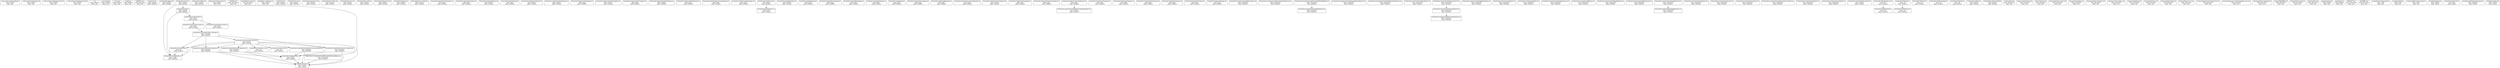
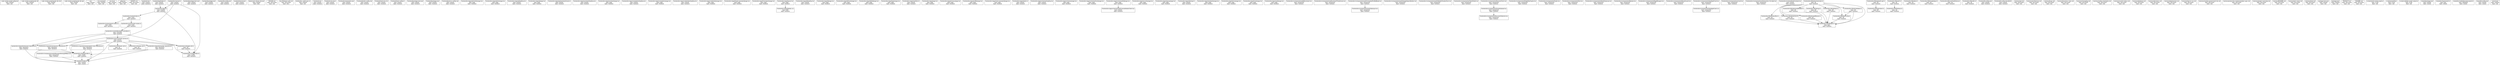
digraph CodebaseGraph {
  node [shape=box, fontname="Helvetica"];
  ".code-review-graph/.gitignore" [label=".code-review-graph/.gitignore\ntype: module\nlayer: root"];
  ".code-review-graph/graph.db" [label=".code-review-graph/graph.db\ntype: module\nlayer: root"];
  ".code-review-graph/graph.db-shm" [label=".code-review-graph/graph.db-shm\ntype: module\nlayer: root"];
  ".code-review-graph/graph.db-wal" [label=".code-review-graph/graph.db-wal\ntype: module\nlayer: root"];
  ".env" [label=".env\ntype: module\nlayer: root"];
  ".env.example" [label=".env.example\ntype: module\nlayer: root"];
  ".env.local" [label=".env.local\ntype: module\nlayer: root"];
  ".gitignore" [label=".gitignore\ntype: module\nlayer: root"];
  "AGENTS.md" [label="AGENTS.md\ntype: document\nlayer: root"];
  "backend/.env" [label="backend/.env\ntype: module\nlayer: backend"];
+   "backend/api/index.ts" [label="backend/api/index.ts\ntype: module\nlayer: backend"];
+   "backend/package-lock.json" [label="backend/package-lock.json\ntype: module\nlayer: backend"];
  "backend/package.json" [label="backend/package.json\ntype: module\nlayer: backend"];
  "backend/src/app.ts" [label="backend/src/app.ts\ntype: module\nlayer: backend"];
  "backend/src/config/index.ts" [label="backend/src/config/index.ts\ntype: config\nlayer: backend"];
  "backend/src/controllers/auth.controller.ts" [label="backend/src/controllers/auth.controller.ts\ntype: controller\nlayer: backend"];
  "backend/src/database/db.ts" [label="backend/src/database/db.ts\ntype: model\nlayer: backend"];
  "backend/src/repositories/otp.repository.ts" [label="backend/src/repositories/otp.repository.ts\ntype: repository\nlayer: backend"];
  "backend/src/repositories/password-reset.repository.ts" [label="backend/src/repositories/password-reset.repository.ts\ntype: repository\nlayer: backend"];
  "backend/src/repositories/session.repository.ts" [label="backend/src/repositories/session.repository.ts\ntype: repository\nlayer: backend"];
  "backend/src/repositories/user.repository.ts" [label="backend/src/repositories/user.repository.ts\ntype: repository\nlayer: backend"];
  "backend/src/routes/auth.routes.ts" [label="backend/src/routes/auth.routes.ts\ntype: route\nlayer: backend"];
  "backend/src/routes/govid.routes.ts" [label="backend/src/routes/govid.routes.ts\ntype: route\nlayer: backend"];
  "backend/src/routes/index.ts" [label="backend/src/routes/index.ts\ntype: route\nlayer: backend"];
  "backend/src/server.ts" [label="backend/src/server.ts\ntype: module\nlayer: backend"];
  "backend/src/services/auth.service.ts" [label="backend/src/services/auth.service.ts\ntype: service\nlayer: backend"];
  "backend/src/utils/hash.util.ts" [label="backend/src/utils/hash.util.ts\ntype: util\nlayer: backend"];
  "backend/src/utils/jwt.util.ts" [label="backend/src/utils/jwt.util.ts\ntype: util\nlayer: backend"];
  "backend/src/utils/otp.util.ts" [label="backend/src/utils/otp.util.ts\ntype: util\nlayer: backend"];
  "backend/tsconfig.json" [label="backend/tsconfig.json\ntype: module\nlayer: backend"];
+   "backend/vercel.json" [label="backend/vercel.json\ntype: module\nlayer: backend"];
  "data/smart_bharat_db.json" [label="data/smart_bharat_db.json\ntype: module\nlayer: data"];
  "DESIGN.md" [label="DESIGN.md\ntype: document\nlayer: root"];
  "docs/firebase-auth.md" [label="docs/firebase-auth.md\ntype: document\nlayer: docs"];
  "e2e/button_audit.spec.ts" [label="e2e/button_audit.spec.ts\ntype: module\nlayer: e2e"];
  "frontend/.env" [label="frontend/.env\ntype: module\nlayer: frontend"];
  "frontend/.env.local" [label="frontend/.env.local\ntype: module\nlayer: frontend"];
  "frontend/components.json" [label="frontend/components.json\ntype: module\nlayer: frontend"];
  "frontend/eslint.config.mjs" [label="frontend/eslint.config.mjs\ntype: module\nlayer: frontend"];
  "frontend/next-env.d.ts" [label="frontend/next-env.d.ts\ntype: module\nlayer: frontend"];
  "frontend/next.config.ts" [label="frontend/next.config.ts\ntype: module\nlayer: frontend"];
  "frontend/package-lock.json" [label="frontend/package-lock.json\ntype: module\nlayer: frontend"];
  "frontend/package.json" [label="frontend/package.json\ntype: module\nlayer: frontend"];
  "frontend/postcss.config.mjs" [label="frontend/postcss.config.mjs\ntype: module\nlayer: frontend"];
  "frontend/src/app/admin/ids/page.tsx" [label="frontend/src/app/admin/ids/page.tsx\ntype: page\nlayer: frontend"];
  "frontend/src/app/admin/page.tsx" [label="frontend/src/app/admin/page.tsx\ntype: page\nlayer: frontend"];
  "frontend/src/app/ai/loading.tsx" [label="frontend/src/app/ai/loading.tsx\ntype: module\nlayer: frontend"];
  "frontend/src/app/ai/page.tsx" [label="frontend/src/app/ai/page.tsx\ntype: page\nlayer: frontend"];
-   "frontend/src/app/api/chat/route.ts" [label="frontend/src/app/api/chat/route.ts\ntype: module\nlayer: frontend"];
+   "frontend/src/app/api/assistant/route.ts" [label="frontend/src/app/api/assistant/route.ts\ntype: module\nlayer: frontend"];
  "frontend/src/app/assistant/loading.tsx" [label="frontend/src/app/assistant/loading.tsx\ntype: module\nlayer: frontend"];
  "frontend/src/app/assistant/page.tsx" [label="frontend/src/app/assistant/page.tsx\ntype: page\nlayer: frontend"];
  "frontend/src/app/complaints/loading.tsx" [label="frontend/src/app/complaints/loading.tsx\ntype: module\nlayer: frontend"];
  "frontend/src/app/complaints/page.tsx" [label="frontend/src/app/complaints/page.tsx\ntype: page\nlayer: frontend"];
  "frontend/src/app/credentials/loading.tsx" [label="frontend/src/app/credentials/loading.tsx\ntype: module\nlayer: frontend"];
  "frontend/src/app/credentials/page.tsx" [label="frontend/src/app/credentials/page.tsx\ntype: page\nlayer: frontend"];
  "frontend/src/app/forgot-password/page.tsx" [label="frontend/src/app/forgot-password/page.tsx\ntype: page\nlayer: frontend"];
  "frontend/src/app/framework/page.tsx" [label="frontend/src/app/framework/page.tsx\ntype: page\nlayer: frontend"];
  "frontend/src/app/globals.css" [label="frontend/src/app/globals.css\ntype: style\nlayer: frontend"];
  "frontend/src/app/id/loading.tsx" [label="frontend/src/app/id/loading.tsx\ntype: module\nlayer: frontend"];
  "frontend/src/app/id/page.tsx" [label="frontend/src/app/id/page.tsx\ntype: page\nlayer: frontend"];
  "frontend/src/app/id/track/page.tsx" [label="frontend/src/app/id/track/page.tsx\ntype: page\nlayer: frontend"];
  "frontend/src/app/id/[id]/page.tsx" [label="frontend/src/app/id/[id]/page.tsx\ntype: page\nlayer: frontend"];
  "frontend/src/app/layout.tsx" [label="frontend/src/app/layout.tsx\ntype: page\nlayer: frontend"];
  "frontend/src/app/login/page.tsx" [label="frontend/src/app/login/page.tsx\ntype: page\nlayer: frontend"];
+   "frontend/src/app/manifest.ts" [label="frontend/src/app/manifest.ts\ntype: module\nlayer: frontend"];
  "frontend/src/app/page.tsx" [label="frontend/src/app/page.tsx\ntype: page\nlayer: frontend"];
  "frontend/src/app/privacy/page.tsx" [label="frontend/src/app/privacy/page.tsx\ntype: page\nlayer: frontend"];
  "frontend/src/app/profile/page.tsx" [label="frontend/src/app/profile/page.tsx\ntype: page\nlayer: frontend"];
  "frontend/src/app/reset-password/page.tsx" [label="frontend/src/app/reset-password/page.tsx\ntype: page\nlayer: frontend"];
+   "frontend/src/app/robots.ts" [label="frontend/src/app/robots.ts\ntype: module\nlayer: frontend"];
  "frontend/src/app/schemes/loading.tsx" [label="frontend/src/app/schemes/loading.tsx\ntype: module\nlayer: frontend"];
  "frontend/src/app/schemes/page.tsx" [label="frontend/src/app/schemes/page.tsx\ntype: page\nlayer: frontend"];
  "frontend/src/app/schemes/track/page.tsx" [label="frontend/src/app/schemes/track/page.tsx\ntype: page\nlayer: frontend"];
  "frontend/src/app/schemes/[id]/page.tsx" [label="frontend/src/app/schemes/[id]/page.tsx\ntype: page\nlayer: frontend"];
  "frontend/src/app/schemes/[id]/SchemeDetailsClient.tsx" [label="frontend/src/app/schemes/[id]/SchemeDetailsClient.tsx\ntype: module\nlayer: frontend"];
  "frontend/src/app/security/page.tsx" [label="frontend/src/app/security/page.tsx\ntype: page\nlayer: frontend"];
  "frontend/src/app/signup/page.tsx" [label="frontend/src/app/signup/page.tsx\ntype: page\nlayer: frontend"];
+   "frontend/src/app/sitemap.ts" [label="frontend/src/app/sitemap.ts\ntype: module\nlayer: frontend"];
  "frontend/src/app/standards/page.tsx" [label="frontend/src/app/standards/page.tsx\ntype: page\nlayer: frontend"];
  "frontend/src/app/terms/page.tsx" [label="frontend/src/app/terms/page.tsx\ntype: page\nlayer: frontend"];
  "frontend/src/app/track/page.tsx" [label="frontend/src/app/track/page.tsx\ntype: page\nlayer: frontend"];
  "frontend/src/app/vault/page.tsx" [label="frontend/src/app/vault/page.tsx\ntype: page\nlayer: frontend"];
  "frontend/src/components/ai/AIAssistant.tsx" [label="frontend/src/components/ai/AIAssistant.tsx\ntype: component\nlayer: frontend"];
  "frontend/src/components/ai/AssistantThreeScene.tsx" [label="frontend/src/components/ai/AssistantThreeScene.tsx\ntype: component\nlayer: frontend"];
  "frontend/src/components/auth/CompleteProfileModal.tsx" [label="frontend/src/components/auth/CompleteProfileModal.tsx\ntype: component\nlayer: frontend"];
  "frontend/src/components/auth/GoogleSignInButton.tsx" [label="frontend/src/components/auth/GoogleSignInButton.tsx\ntype: component\nlayer: frontend"];
  "frontend/src/components/auth/OtpInput.tsx" [label="frontend/src/components/auth/OtpInput.tsx\ntype: component\nlayer: frontend"];
  "frontend/src/components/auth/OtpVerificationForm.tsx" [label="frontend/src/components/auth/OtpVerificationForm.tsx\ntype: component\nlayer: frontend"];
  "frontend/src/components/auth/PasswordStrengthMeter.tsx" [label="frontend/src/components/auth/PasswordStrengthMeter.tsx\ntype: component\nlayer: frontend"];
  "frontend/src/components/ClientShells.tsx" [label="frontend/src/components/ClientShells.tsx\ntype: component\nlayer: frontend"];
  "frontend/src/components/DocumentSelector.tsx" [label="frontend/src/components/DocumentSelector.tsx\ntype: component\nlayer: frontend"];
  "frontend/src/components/DynamicForm.tsx" [label="frontend/src/components/DynamicForm.tsx\ntype: component\nlayer: frontend"];
  "frontend/src/components/EligibilityEngine.tsx" [label="frontend/src/components/EligibilityEngine.tsx\ntype: component\nlayer: frontend"];
  "frontend/src/components/Footer.tsx" [label="frontend/src/components/Footer.tsx\ntype: component\nlayer: frontend"];
  "frontend/src/components/Hero.tsx" [label="frontend/src/components/Hero.tsx\ntype: component\nlayer: frontend"];
  "frontend/src/components/HeroShowcase.tsx" [label="frontend/src/components/HeroShowcase.tsx\ntype: component\nlayer: frontend"];
  "frontend/src/components/Navbar.tsx" [label="frontend/src/components/Navbar.tsx\ntype: component\nlayer: frontend"];
  "frontend/src/components/PageWrapper.tsx" [label="frontend/src/components/PageWrapper.tsx\ntype: component\nlayer: frontend"];
  "frontend/src/components/RouteGuard.tsx" [label="frontend/src/components/RouteGuard.tsx\ntype: component\nlayer: frontend"];
  "frontend/src/components/SmartUpload.tsx" [label="frontend/src/components/SmartUpload.tsx\ntype: component\nlayer: frontend"];
  "frontend/src/components/SpotlightCard.css" [label="frontend/src/components/SpotlightCard.css\ntype: component\nlayer: frontend"];
  "frontend/src/components/SpotlightCard.tsx" [label="frontend/src/components/SpotlightCard.tsx\ntype: component\nlayer: frontend"];
-   "frontend/src/components/ui/button.tsx" [label="frontend/src/components/ui/button.tsx\ntype: component\nlayer: frontend"];
  "frontend/src/components/ui/card.tsx" [label="frontend/src/components/ui/card.tsx\ntype: component\nlayer: frontend"];
-   "frontend/src/components/ui/input.tsx" [label="frontend/src/components/ui/input.tsx\ntype: component\nlayer: frontend"];
  "frontend/src/components/ui/interactive-3d-robot.tsx" [label="frontend/src/components/ui/interactive-3d-robot.tsx\ntype: component\nlayer: frontend"];
-   "frontend/src/components/ui/label.tsx" [label="frontend/src/components/ui/label.tsx\ntype: component\nlayer: frontend"];
-   "frontend/src/components/ui/splite.tsx" [label="frontend/src/components/ui/splite.tsx\ntype: component\nlayer: frontend"];
  "frontend/src/context/AuthContext.tsx" [label="frontend/src/context/AuthContext.tsx\ntype: context\nlayer: frontend"];
+   "frontend/src/lib/ai/classifier.ts" [label="frontend/src/lib/ai/classifier.ts\ntype: util\nlayer: frontend"];
+   "frontend/src/lib/ai/memory.ts" [label="frontend/src/lib/ai/memory.ts\ntype: util\nlayer: frontend"];
+   "frontend/src/lib/ai/modelRouter.ts" [label="frontend/src/lib/ai/modelRouter.ts\ntype: util\nlayer: frontend"];
+   "frontend/src/lib/ai/orchestrator.ts" [label="frontend/src/lib/ai/orchestrator.ts\ntype: util\nlayer: frontend"];
+   "frontend/src/lib/ai/promptBuilder.ts" [label="frontend/src/lib/ai/promptBuilder.ts\ntype: util\nlayer: frontend"];
+   "frontend/src/lib/ai/rag.ts" [label="frontend/src/lib/ai/rag.ts\ntype: util\nlayer: frontend"];
+   "frontend/src/lib/ai/security.ts" [label="frontend/src/lib/ai/security.ts\ntype: util\nlayer: frontend"];
+   "frontend/src/lib/ai/tools.ts" [label="frontend/src/lib/ai/tools.ts\ntype: util\nlayer: frontend"];
+   "frontend/src/lib/ai/types.ts" [label="frontend/src/lib/ai/types.ts\ntype: type\nlayer: frontend"];
+   "frontend/src/lib/ai/validator.ts" [label="frontend/src/lib/ai/validator.ts\ntype: util\nlayer: frontend"];
  "frontend/src/lib/api/auth.api.ts" [label="frontend/src/lib/api/auth.api.ts\ntype: util\nlayer: frontend"];
  "frontend/src/lib/api/client.ts" [label="frontend/src/lib/api/client.ts\ntype: util\nlayer: frontend"];
  "frontend/src/lib/auth.ts" [label="frontend/src/lib/auth.ts\ntype: util\nlayer: frontend"];
  "frontend/src/lib/data.ts" [label="frontend/src/lib/data.ts\ntype: util\nlayer: frontend"];
  "frontend/src/lib/firebase.ts" [label="frontend/src/lib/firebase.ts\ntype: util\nlayer: frontend"];
  "frontend/src/lib/knowledge.ts" [label="frontend/src/lib/knowledge.ts\ntype: util\nlayer: frontend"];
+   "frontend/src/lib/useChatHistory.ts" [label="frontend/src/lib/useChatHistory.ts\ntype: util\nlayer: frontend"];
  "frontend/src/lib/utils.ts" [label="frontend/src/lib/utils.ts\ntype: util\nlayer: frontend"];
  "frontend/tsconfig.json" [label="frontend/tsconfig.json\ntype: module\nlayer: frontend"];
  "frontend/tsconfig.tsbuildinfo" [label="frontend/tsconfig.tsbuildinfo\ntype: module\nlayer: frontend"];
  "memory/api.md" [label="memory/api.md\ntype: document\nlayer: root"];
  "memory/architecture.md" [label="memory/architecture.md\ntype: document\nlayer: root"];
  "memory/bugs.md" [label="memory/bugs.md\ntype: document\nlayer: root"];
  "memory/business-rules.md" [label="memory/business-rules.md\ntype: document\nlayer: root"];
  "memory/changelog.md" [label="memory/changelog.md\ntype: document\nlayer: root"];
  "memory/coding-standards.md" [label="memory/coding-standards.md\ntype: document\nlayer: root"];
  "memory/current-status.md" [label="memory/current-status.md\ntype: document\nlayer: root"];
  "memory/database.md" [label="memory/database.md\ntype: document\nlayer: root"];
  "memory/decisions.md" [label="memory/decisions.md\ntype: document\nlayer: root"];
  "memory/deployment.md" [label="memory/deployment.md\ntype: document\nlayer: root"];
  "memory/how-to-run.md" [label="memory/how-to-run.md\ntype: document\nlayer: root"];
  "memory/module-government-ids.md" [label="memory/module-government-ids.md\ntype: document\nlayer: root"];
  "memory/production-implementation-spec.md" [label="memory/production-implementation-spec.md\ntype: document\nlayer: root"];
  "memory/project-overview.md" [label="memory/project-overview.md\ntype: document\nlayer: root"];
  "memory/README.md" [label="memory/README.md\ntype: document\nlayer: root"];
  "memory/tech-stack.md" [label="memory/tech-stack.md\ntype: document\nlayer: root"];
  "memory/todo.md" [label="memory/todo.md\ntype: document\nlayer: root"];
  "package-lock.json" [label="package-lock.json\ntype: module\nlayer: root"];
  "package.json" [label="package.json\ntype: module\nlayer: root"];
  "PRODUCT.md" [label="PRODUCT.md\ntype: document\nlayer: root"];
  "README.md" [label="README.md\ntype: document\nlayer: root"];
  "scripts/build-review-graph.js" [label="scripts/build-review-graph.js\ntype: script\nlayer: root"];
  "scripts/graphify.js" [label="scripts/graphify.js\ntype: script\nlayer: root"];
  "scripts/validate-graph-output.js" [label="scripts/validate-graph-output.js\ntype: script\nlayer: root"];
  "shared/package.json" [label="shared/package.json\ntype: module\nlayer: shared"];
  "shared/src/index.ts" [label="shared/src/index.ts\ntype: module\nlayer: shared"];
  "shared/src/types/auth.ts" [label="shared/src/types/auth.ts\ntype: type\nlayer: shared"];
  "shared/src/validations/password.ts" [label="shared/src/validations/password.ts\ntype: validation\nlayer: shared"];
  "shared/tsconfig.json" [label="shared/tsconfig.json\ntype: module\nlayer: shared"];
+   "vercel.json" [label="vercel.json\ntype: module\nlayer: root"];
+   "backend/api/index.ts" -> "backend/src/app.ts" [weight=1];
  "backend/src/app.ts" -> "backend/src/routes/index.ts" [weight=1];
  "backend/src/app.ts" -> "backend/src/config/index.ts" [weight=1];
  "backend/src/controllers/auth.controller.ts" -> "backend/src/services/auth.service.ts" [weight=1];
  "backend/src/controllers/auth.controller.ts" -> "backend/src/repositories/user.repository.ts" [weight=1];
  "backend/src/controllers/auth.controller.ts" -> "backend/src/repositories/session.repository.ts" [weight=1];
  "backend/src/controllers/auth.controller.ts" -> "backend/src/utils/jwt.util.ts" [weight=1];
  "backend/src/database/db.ts" -> "shared/src/index.ts" [weight=1];
  "backend/src/repositories/otp.repository.ts" -> "backend/src/database/db.ts" [weight=1];
  "backend/src/repositories/otp.repository.ts" -> "shared/src/index.ts" [weight=1];
  "backend/src/repositories/password-reset.repository.ts" -> "backend/src/database/db.ts" [weight=1];
  "backend/src/repositories/password-reset.repository.ts" -> "shared/src/index.ts" [weight=1];
  "backend/src/repositories/session.repository.ts" -> "backend/src/database/db.ts" [weight=1];
  "backend/src/repositories/session.repository.ts" -> "shared/src/index.ts" [weight=1];
  "backend/src/repositories/user.repository.ts" -> "backend/src/database/db.ts" [weight=1];
  "backend/src/repositories/user.repository.ts" -> "shared/src/index.ts" [weight=1];
  "backend/src/routes/auth.routes.ts" -> "backend/src/controllers/auth.controller.ts" [weight=1];
  "backend/src/routes/index.ts" -> "backend/src/routes/auth.routes.ts" [weight=1];
  "backend/src/routes/index.ts" -> "backend/src/routes/govid.routes.ts" [weight=1];
  "backend/src/server.ts" -> "backend/src/app.ts" [weight=1];
  "backend/src/server.ts" -> "backend/src/config/index.ts" [weight=1];
  "backend/src/server.ts" -> "backend/src/database/db.ts" [weight=1];
  "backend/src/services/auth.service.ts" -> "backend/src/repositories/user.repository.ts" [weight=1];
  "backend/src/services/auth.service.ts" -> "backend/src/repositories/otp.repository.ts" [weight=1];
  "backend/src/services/auth.service.ts" -> "backend/src/repositories/session.repository.ts" [weight=1];
  "backend/src/services/auth.service.ts" -> "backend/src/repositories/password-reset.repository.ts" [weight=1];
  "backend/src/services/auth.service.ts" -> "backend/src/utils/hash.util.ts" [weight=1];
  "backend/src/services/auth.service.ts" -> "backend/src/utils/otp.util.ts" [weight=1];
  "backend/src/services/auth.service.ts" -> "shared/src/index.ts" [weight=1];
  "backend/src/services/auth.service.ts" -> "backend/src/config/index.ts" [weight=1];
  "backend/src/services/auth.service.ts" -> "backend/src/utils/jwt.util.ts" [weight=1];
  "backend/src/utils/jwt.util.ts" -> "backend/src/config/index.ts" [weight=1];
  "frontend/src/app/layout.tsx" -> "frontend/src/app/globals.css" [weight=1];
  "frontend/src/app/schemes/[id]/page.tsx" -> "frontend/src/app/schemes/[id]/SchemeDetailsClient.tsx" [weight=1];
  "frontend/src/components/auth/CompleteProfileModal.tsx" -> "frontend/src/components/auth/OtpInput.tsx" [weight=1];
  "frontend/src/components/auth/PasswordStrengthMeter.tsx" -> "shared/src/index.ts" [weight=1];
  "frontend/src/components/DynamicForm.tsx" -> "frontend/src/components/SmartUpload.tsx" [weight=1];
  "frontend/src/components/SmartUpload.tsx" -> "frontend/src/components/DocumentSelector.tsx" [weight=1];
  "frontend/src/components/SpotlightCard.tsx" -> "frontend/src/components/SpotlightCard.css" [weight=1];
+   "frontend/src/lib/ai/classifier.ts" -> "frontend/src/lib/ai/types.ts" [weight=1];
+   "frontend/src/lib/ai/memory.ts" -> "frontend/src/lib/ai/types.ts" [weight=1];
+   "frontend/src/lib/ai/modelRouter.ts" -> "frontend/src/lib/ai/types.ts" [weight=1];
+   "frontend/src/lib/ai/orchestrator.ts" -> "frontend/src/lib/ai/security.ts" [weight=1];
+   "frontend/src/lib/ai/orchestrator.ts" -> "frontend/src/lib/ai/classifier.ts" [weight=1];
+   "frontend/src/lib/ai/orchestrator.ts" -> "frontend/src/lib/ai/memory.ts" [weight=1];
+   "frontend/src/lib/ai/orchestrator.ts" -> "frontend/src/lib/ai/rag.ts" [weight=1];
+   "frontend/src/lib/ai/orchestrator.ts" -> "frontend/src/lib/ai/tools.ts" [weight=1];
+   "frontend/src/lib/ai/orchestrator.ts" -> "frontend/src/lib/ai/promptBuilder.ts" [weight=1];
+   "frontend/src/lib/ai/orchestrator.ts" -> "frontend/src/lib/ai/modelRouter.ts" [weight=1];
+   "frontend/src/lib/ai/orchestrator.ts" -> "frontend/src/lib/ai/validator.ts" [weight=1];
+   "frontend/src/lib/ai/orchestrator.ts" -> "frontend/src/lib/ai/types.ts" [weight=1];
+   "frontend/src/lib/ai/promptBuilder.ts" -> "frontend/src/lib/ai/types.ts" [weight=1];
+   "frontend/src/lib/ai/rag.ts" -> "frontend/src/lib/ai/types.ts" [weight=1];
+   "frontend/src/lib/ai/security.ts" -> "frontend/src/lib/ai/types.ts" [weight=1];
+   "frontend/src/lib/ai/tools.ts" -> "frontend/src/lib/ai/types.ts" [weight=1];
+   "frontend/src/lib/ai/validator.ts" -> "frontend/src/lib/ai/types.ts" [weight=1];
+   "frontend/src/lib/ai/validator.ts" -> "frontend/src/lib/ai/security.ts" [weight=1];
  "frontend/src/lib/api/auth.api.ts" -> "frontend/src/lib/api/client.ts" [weight=1];
  "frontend/src/lib/auth.ts" -> "frontend/src/lib/firebase.ts" [weight=1];
}
